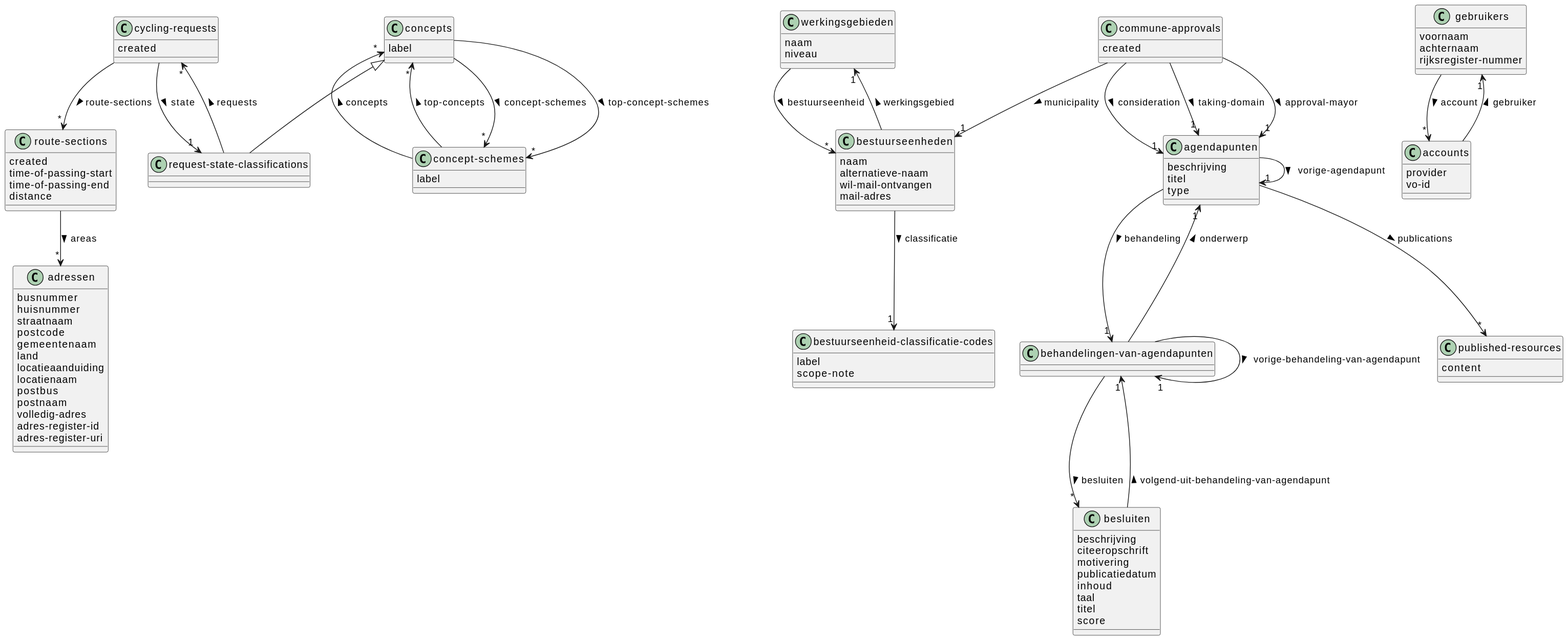
This is doc/jsonapi-domain.svg from lblod/app-cycling-requests-group-10, a PlantUML export, as it was before one commit. Its diagram source:
```plantuml
@startuml
set namespaceSeparator none
class "route-sections"
"route-sections" : created
"route-sections" : time-of-passing-start
"route-sections" : time-of-passing-end
"route-sections" : distance
"route-sections" --> "*" "adressen" : areas >
class "werkingsgebieden"
"werkingsgebieden" : naam
"werkingsgebieden" : niveau
"werkingsgebieden" --> "*" "bestuurseenheden" : bestuurseenheid >
class "gebruikers"
"gebruikers" : voornaam
"gebruikers" : achternaam
"gebruikers" : rijksregister-nummer
"gebruikers" --> "*" "accounts" : account >
class "concepts"
"concepts" : label
"concepts" --> "*" "concept-schemes" : concept-schemes >
"concepts" --> "*" "concept-schemes" : top-concept-schemes >
class "commune-approvals"
"commune-approvals" : created
"commune-approvals" --> "1" "bestuurseenheden" : municipality >
"commune-approvals" --> "1" "agendapunten" : consideration >
"commune-approvals" --> "1" "agendapunten" : taking-domain >
"commune-approvals" --> "1" "agendapunten" : approval-mayor >
class "adressen"
"adressen" : busnummer
"adressen" : huisnummer
"adressen" : straatnaam
"adressen" : postcode
"adressen" : gemeentenaam
"adressen" : land
"adressen" : locatieaanduiding
"adressen" : locatienaam
"adressen" : postbus
"adressen" : postnaam
"adressen" : volledig-adres
"adressen" : adres-register-id
"adressen" : adres-register-uri
class "agendapunten"
"agendapunten" : beschrijving
"agendapunten" : titel
"agendapunten" : type
"agendapunten" --> "1" "agendapunten" : vorige-agendapunt >
"agendapunten" --> "1" "behandelingen-van-agendapunten" : behandeling >
"agendapunten" --> "*" "published-resources" : publications >
class "besluiten"
"besluiten" : beschrijving
"besluiten" : citeeropschrift
"besluiten" : motivering
"besluiten" : publicatiedatum
"besluiten" : inhoud
"besluiten" : taal
"besluiten" : titel
"besluiten" : score
"besluiten" --> "1" "behandelingen-van-agendapunten" : volgend-uit-behandeling-van-agendapunt >
class "behandelingen-van-agendapunten"
"behandelingen-van-agendapunten" --> "1" "behandelingen-van-agendapunten" : vorige-behandeling-van-agendapunt >
"behandelingen-van-agendapunten" --> "1" "agendapunten" : onderwerp >
"behandelingen-van-agendapunten" --> "*" "besluiten" : besluiten >
class "accounts"
"accounts" : provider
"accounts" : vo-id
"accounts" --> "1" "gebruikers" : gebruiker >
class "request-state-classifications"
"request-state-classifications" --> "*" "cycling-requests" : requests >
"concepts" <|-- "request-state-classifications"
class "published-resources"
"published-resources" : content
class "cycling-requests"
"cycling-requests" : created
"cycling-requests" --> "1" "request-state-classifications" : state >
"cycling-requests" --> "*" "route-sections" : route-sections >
class "bestuurseenheden"
"bestuurseenheden" : naam
"bestuurseenheden" : alternatieve-naam
"bestuurseenheden" : wil-mail-ontvangen
"bestuurseenheden" : mail-adres
"bestuurseenheden" --> "1" "werkingsgebieden" : werkingsgebied >
"bestuurseenheden" --> "1" "bestuurseenheid-classificatie-codes" : classificatie >
class "concept-schemes"
"concept-schemes" : label
"concept-schemes" --> "*" "concepts" : concepts >
"concept-schemes" --> "*" "concepts" : top-concepts >
class "bestuurseenheid-classificatie-codes"
"bestuurseenheid-classificatie-codes" : label
"bestuurseenheid-classificatie-codes" : scope-note
@enduml
```
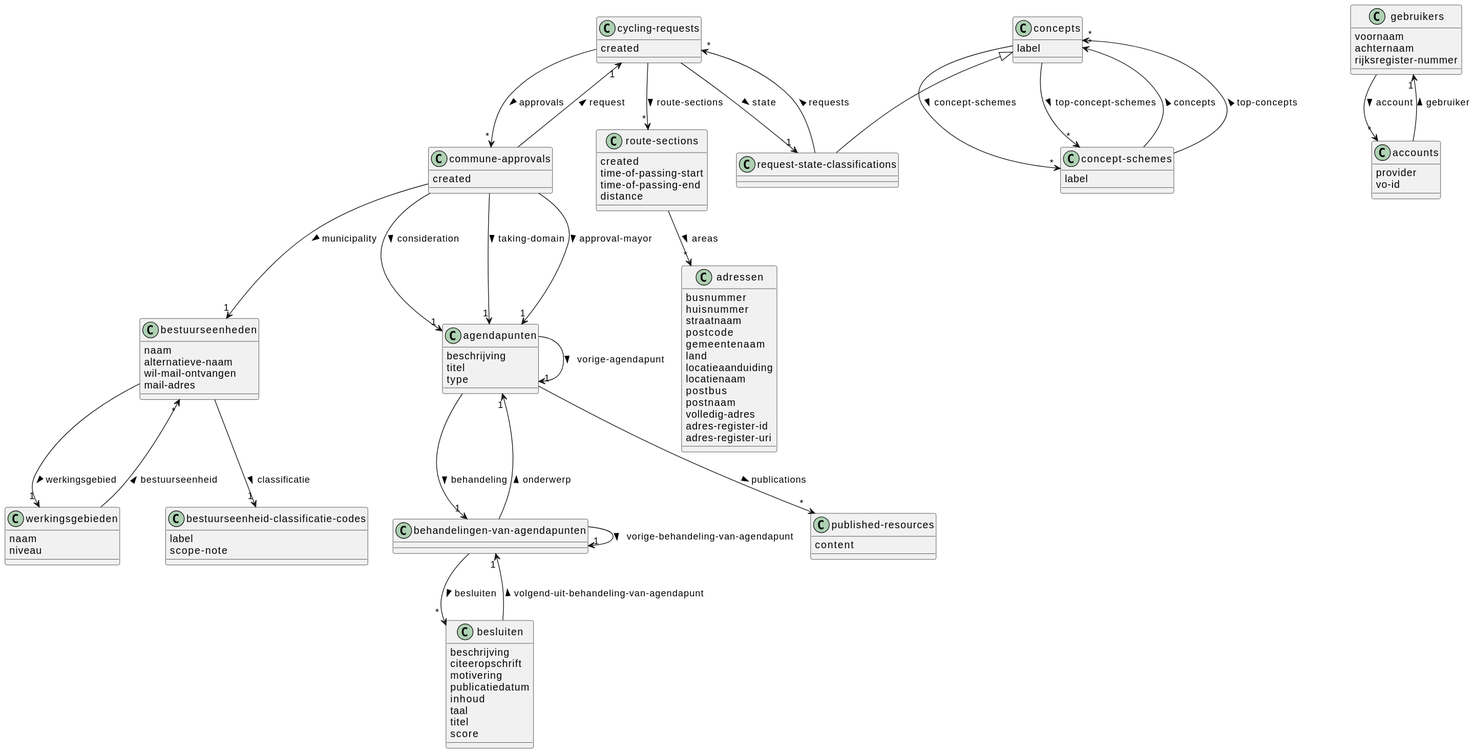
Later version of the same file.

Commit message:
link approvals to requests

Change to the diagram source:
```diff
@@ -22,6 +22,7 @@
 class "commune-approvals"
 "commune-approvals" : created
 "commune-approvals" --> "1" "bestuurseenheden" : municipality >
+"commune-approvals" --> "1" "cycling-requests" : request >
 "commune-approvals" --> "1" "agendapunten" : consideration >
 "commune-approvals" --> "1" "agendapunten" : taking-domain >
 "commune-approvals" --> "1" "agendapunten" : approval-mayor >
@@ -73,6 +74,7 @@
 "cycling-requests" : created
 "cycling-requests" --> "1" "request-state-classifications" : state >
 "cycling-requests" --> "*" "route-sections" : route-sections >
+"cycling-requests" --> "*" "commune-approvals" : approvals >
 class "bestuurseenheden"
 "bestuurseenheden" : naam
 "bestuurseenheden" : alternatieve-naam
```
